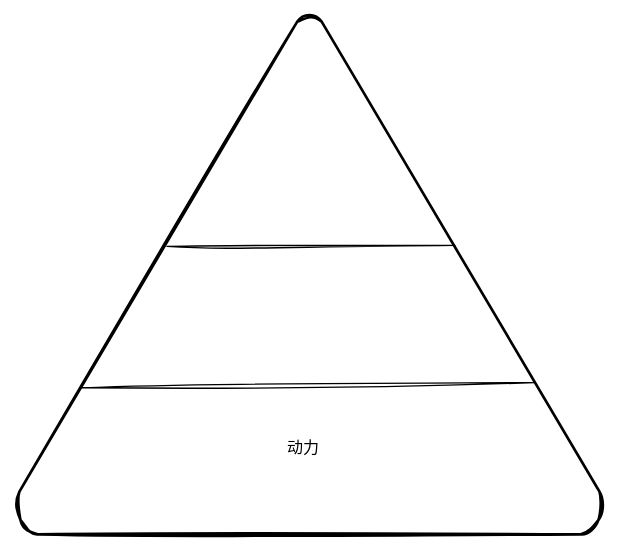
Earlier version of the draw.io export 笔记/工具/通用概念/Untitled Diagram.svg (Echo-Yanglulu/obsidianPrivateNote). Source tidied: cells renumbered, new cells last; positions are measured from the earlier drawing's top-left corner, leaving out a move shared by most shapes. The source it was exported from:
```xml
<mxGraphModel>
  <root>
    <mxCell id="0" />
    <mxCell id="1" parent="0" />
    <mxCell id="2" style="strokeWidth=2;html=1;shape=mxgraph.flowchart.extract_or_measurement;whiteSpace=wrap;" parent="1" vertex="1">
      <mxGeometry width="440" height="390" as="geometry" />
    </mxCell>
    <mxCell id="3" style="endArrow=none;html=1;exitX=0.111;exitY=0.718;exitDx=0;exitDy=0;exitPerimeter=0;entryX=0.884;entryY=0.708;entryDx=0;entryDy=0;entryPerimeter=0;" parent="1" edge="1" source="2" target="2">
      <mxGeometry relative="1" as="geometry" />
    </mxCell>
    <mxCell id="4" style="endArrow=none;html=1;exitX=0.257;exitY=0.446;exitDx=0;exitDy=0;exitPerimeter=0;entryX=0.748;entryY=0.444;entryDx=0;entryDy=0;entryPerimeter=0;" parent="1" edge="1" source="2" target="2">
      <mxGeometry relative="1" as="geometry" />
    </mxCell>
    <mxCell id="5" value="动力" style="text;html=1;strokeColor=none;fillColor=none;align=center;verticalAlign=middle;whiteSpace=wrap;rounded=0;" parent="1" vertex="1">
      <mxGeometry x="150" y="300" width="130" height="50" as="geometry" />
    </mxCell>
  </root>
</mxGraphModel>
```
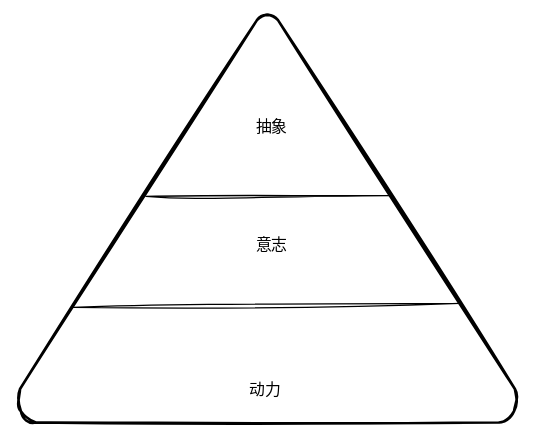
Later version of the same file.

What changed in the source:
```diff
@@ -2,17 +2,29 @@
   <root>
     <mxCell id="0" />
     <mxCell id="1" parent="0" />
+    <mxCell id="6" style="group;" parent="1" vertex="1">
+      <mxGeometry x="50" y="20" width="380" height="310" as="geometry" />
+    </mxCell>
-    <mxCell id="2" style="strokeWidth=2;html=1;shape=mxgraph.flowchart.extract_or_measurement;whiteSpace=wrap;" parent="1" vertex="1">
-      <mxGeometry width="440" height="390" as="geometry" />
+    <mxCell id="2" style="strokeWidth=2;html=1;shape=mxgraph.flowchart.extract_or_measurement;whiteSpace=wrap;" parent="6" vertex="1">
+      <mxGeometry width="380" height="310" as="geometry" />
     </mxCell>
+    <mxCell id="7" style="group;" parent="6" vertex="1">
+      <mxGeometry x="122.5" y="60" width="135" height="250" as="geometry" />
+    </mxCell>
+    <mxCell id="5" value="动力" style="text;html=1;strokeColor=none;fillColor=none;align=center;verticalAlign=middle;whiteSpace=wrap;rounded=0;" parent="7" vertex="1">
+      <mxGeometry y="200" width="130" height="50" as="geometry" />
+    </mxCell>
+    <mxCell id="8" value="意志" style="text;html=1;strokeColor=none;fillColor=none;align=center;verticalAlign=middle;whiteSpace=wrap;rounded=0;" parent="7" vertex="1">
+      <mxGeometry x="5" y="90" width="130" height="50" as="geometry" />
+    </mxCell>
+    <mxCell id="9" value="抽象" style="text;html=1;strokeColor=none;fillColor=none;align=center;verticalAlign=middle;whiteSpace=wrap;rounded=0;" parent="7" vertex="1">
+      <mxGeometry x="5" width="130" height="50" as="geometry" />
+    </mxCell>
-    <mxCell id="3" style="endArrow=none;html=1;exitX=0.111;exitY=0.718;exitDx=0;exitDy=0;exitPerimeter=0;entryX=0.884;entryY=0.708;entryDx=0;entryDy=0;entryPerimeter=0;" parent="1" edge="1" source="2" target="2">
+    <mxCell id="3" style="endArrow=none;html=1;exitX=0.111;exitY=0.718;exitDx=0;exitDy=0;exitPerimeter=0;entryX=0.884;entryY=0.708;entryDx=0;entryDy=0;entryPerimeter=0;" parent="6" edge="1" source="2" target="2">
       <mxGeometry relative="1" as="geometry" />
     </mxCell>
-    <mxCell id="4" style="endArrow=none;html=1;exitX=0.257;exitY=0.446;exitDx=0;exitDy=0;exitPerimeter=0;entryX=0.748;entryY=0.444;entryDx=0;entryDy=0;entryPerimeter=0;" parent="1" edge="1" source="2" target="2">
+    <mxCell id="4" style="endArrow=none;html=1;exitX=0.257;exitY=0.446;exitDx=0;exitDy=0;exitPerimeter=0;entryX=0.748;entryY=0.444;entryDx=0;entryDy=0;entryPerimeter=0;" parent="6" edge="1" source="2" target="2">
       <mxGeometry relative="1" as="geometry" />
     </mxCell>
-    <mxCell id="5" value="动力" style="text;html=1;strokeColor=none;fillColor=none;align=center;verticalAlign=middle;whiteSpace=wrap;rounded=0;" parent="1" vertex="1">
-      <mxGeometry x="150" y="300" width="130" height="50" as="geometry" />
-    </mxCell>
   </root>
 </mxGraphModel>
```
